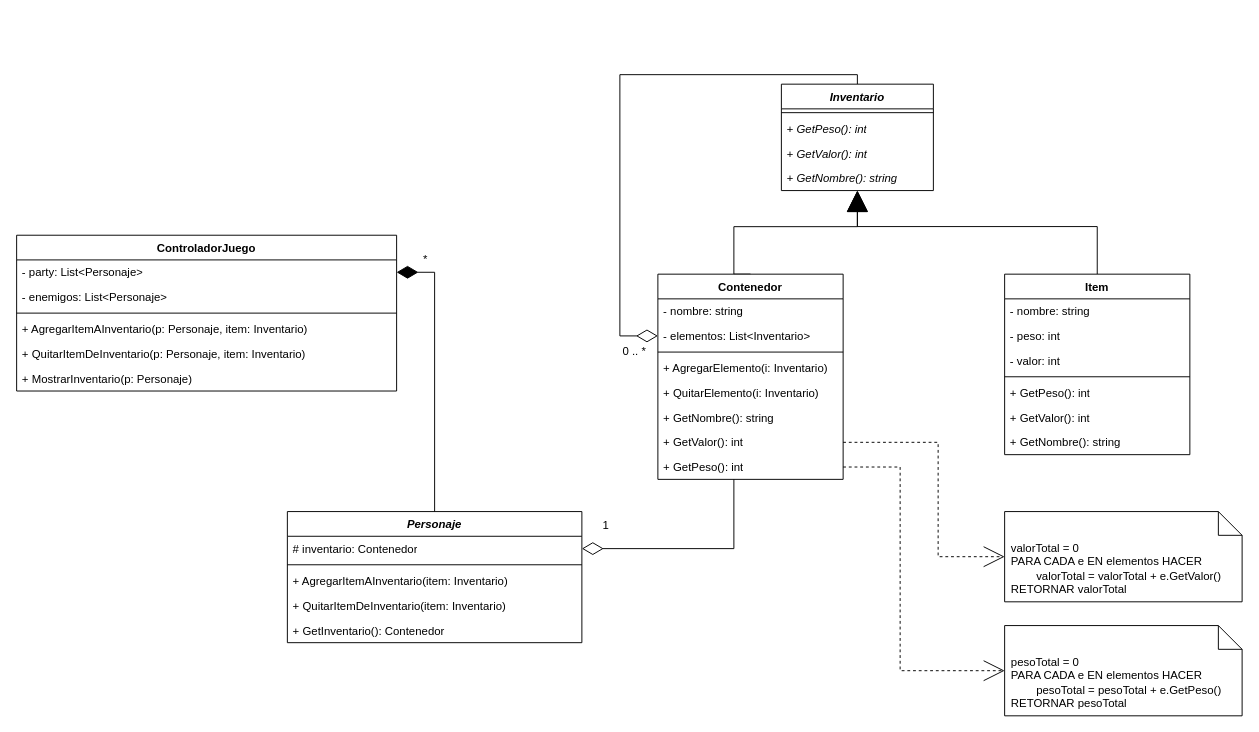
Before: page "Composite (Listo)" (4 of 6) of diagrama_proyecto.drawio in Divitrion/Proyecto-Patrones, a draw.io diagram. Source tidied: cells renumbered, new cells numbered last; positions are measured from the earlier drawing's top-left corner, leaving out a move shared by most shapes. Both pictures are drawn from the tidied source at 95%, with x=0, y=0 at pixel (16, 74).
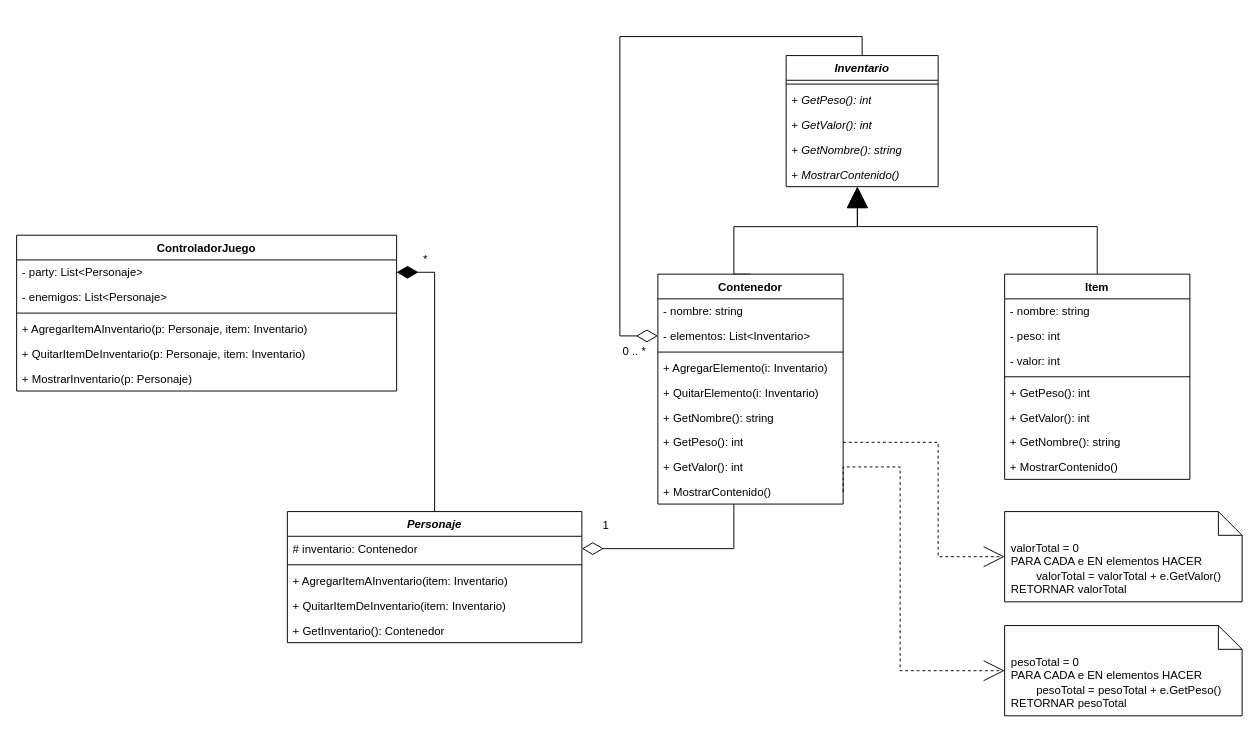
The same page after the edit.

The change refers to these unchanged cells:
```xml
<mxCell id="27" value="- elementos: List&amp;lt;Inventario&amp;gt;" style="text;strokeColor=none;fillColor=none;align=left;verticalAlign=top;spacingLeft=4;spacingRight=4;overflow=hidden;points=[[0,0.5],[1,0.5]];portConstraint=eastwest;whiteSpace=wrap;html=1;fontFamily=Helvetica;fontSize=12;fontColor=default;labelBackgroundColor=default;fontStyle=0;" parent="25" vertex="1">
  <mxGeometry y="52" width="195" height="26" as="geometry" />
</mxCell>
```

Change to the diagram source:
```diff
@@
     <mxCell id="10" style="edgeStyle=orthogonalEdgeStyle;shape=connector;curved=0;rounded=0;html=1;entryX=0;entryY=0.5;entryDx=0;entryDy=0;strokeColor=default;align=center;verticalAlign=middle;fontFamily=Helvetica;fontSize=12;fontColor=default;labelBackgroundColor=default;endArrow=diamondThin;endFill=0;endSize=20;" parent="1" edge="1" source="11" target="27">
       <mxGeometry relative="1" as="geometry">
         <Array as="points">
-          <mxPoint x="885" y="0.1" />
-          <mxPoint x="635" y="0.1" />
-          <mxPoint x="635" y="275.1" />
+          <mxPoint x="890" y="-40" />
+          <mxPoint x="635" y="-40" />
+          <mxPoint x="635" y="275" />
         </Array>
       </mxGeometry>
     </mxCell>
     <mxCell id="11" value="Inventario" style="swimlane;fontStyle=3;align=center;verticalAlign=top;horizontal=1;startSize=26;whiteSpace=wrap;html=1;fontFamily=Helvetica;fontSize=12;fontColor=default;labelBackgroundColor=default;" parent="1" vertex="1">
-      <mxGeometry x="805" y="10.1" width="160" height="112" as="geometry" />
+      <mxGeometry x="810" y="-20" width="160" height="138" as="geometry" />
     </mxCell>
@@
+    <mxCell id="49" value="+ MostrarContenido()" style="text;strokeColor=none;fillColor=none;align=left;verticalAlign=top;spacingLeft=4;spacingRight=4;overflow=hidden;whiteSpace=wrap;html=1;fontFamily=Helvetica;fontSize=12;fontColor=default;labelBackgroundColor=default;fontStyle=2;" parent="11" vertex="1">
+      <mxGeometry y="112" width="160" height="26" as="geometry" />
+    </mxCell>
     <mxCell id="16" value="Item" style="swimlane;fontStyle=1;align=center;verticalAlign=top;horizontal=1;startSize=26;whiteSpace=wrap;html=1;fontFamily=Helvetica;fontSize=12;fontColor=default;labelBackgroundColor=default;" parent="1" vertex="1">
-      <mxGeometry x="1040" y="210.1" width="195" height="190" as="geometry" />
+      <mxGeometry x="1040" y="210.1" width="195" height="216" as="geometry" />
     </mxCell>
@@
+    <mxCell id="50" value="+ MostrarContenido()" style="text;strokeColor=none;fillColor=none;align=left;verticalAlign=top;spacingLeft=4;spacingRight=4;overflow=hidden;whiteSpace=wrap;html=1;fontFamily=Helvetica;fontSize=12;fontColor=default;labelBackgroundColor=default;fontStyle=0;" parent="16" vertex="1">
+      <mxGeometry y="190" width="195" height="26" as="geometry" />
+    </mxCell>
@@
     <mxCell id="25" value="Contenedor" style="swimlane;fontStyle=1;align=center;verticalAlign=top;horizontal=1;startSize=26;whiteSpace=wrap;html=1;fontFamily=Helvetica;fontSize=12;fontColor=default;labelBackgroundColor=default;" parent="1" vertex="1">
-      <mxGeometry x="675" y="210.1" width="195" height="216" as="geometry" />
+      <mxGeometry x="675" y="210.1" width="195" height="242" as="geometry" />
     </mxCell>
@@
-    <mxCell id="32" value="+ GetValor(): int" style="text;strokeColor=none;fillColor=none;align=left;verticalAlign=top;spacingLeft=4;spacingRight=4;overflow=hidden;points=[[0,0.5],[1,0.5]];portConstraint=eastwest;whiteSpace=wrap;html=1;fontFamily=Helvetica;fontSize=12;fontColor=default;labelBackgroundColor=default;fontStyle=0;" parent="25" vertex="1">
+    <mxCell id="32" value="+ GetPeso(): int" style="text;strokeColor=none;fillColor=none;align=left;verticalAlign=top;spacingLeft=4;spacingRight=4;overflow=hidden;points=[[0,0.5],[1,0.5]];portConstraint=eastwest;whiteSpace=wrap;html=1;fontFamily=Helvetica;fontSize=12;fontColor=default;labelBackgroundColor=default;fontStyle=0;" parent="25" vertex="1">
       <mxGeometry y="164" width="195" height="26" as="geometry" />
     </mxCell>
+    <mxCell id="51" value="+ GetValor(): int" style="text;strokeColor=none;fillColor=none;align=left;verticalAlign=top;spacingLeft=4;spacingRight=4;overflow=hidden;whiteSpace=wrap;html=1;fontFamily=Helvetica;fontSize=12;fontColor=default;labelBackgroundColor=default;fontStyle=0;" parent="25" vertex="1">
+      <mxGeometry y="190" width="195" height="26" as="geometry" />
+    </mxCell>
-    <mxCell id="33" value="+ GetPeso(): int" style="text;strokeColor=none;fillColor=none;align=left;verticalAlign=top;spacingLeft=4;spacingRight=4;overflow=hidden;points=[[0,0.5],[1,0.5]];portConstraint=eastwest;whiteSpace=wrap;html=1;fontFamily=Helvetica;fontSize=12;fontColor=default;labelBackgroundColor=default;fontStyle=0;" parent="25" vertex="1">
-      <mxGeometry y="190" width="195" height="26" as="geometry" />
+    <mxCell id="33" value="+ MostrarContenido()" style="text;strokeColor=none;fillColor=none;align=left;verticalAlign=top;spacingLeft=4;spacingRight=4;overflow=hidden;points=[[0,0.5],[1,0.5]];portConstraint=eastwest;whiteSpace=wrap;html=1;fontFamily=Helvetica;fontSize=12;fontColor=default;labelBackgroundColor=default;fontStyle=0;" parent="25" vertex="1">
+      <mxGeometry y="216" width="195" height="26" as="geometry" />
     </mxCell>
```
